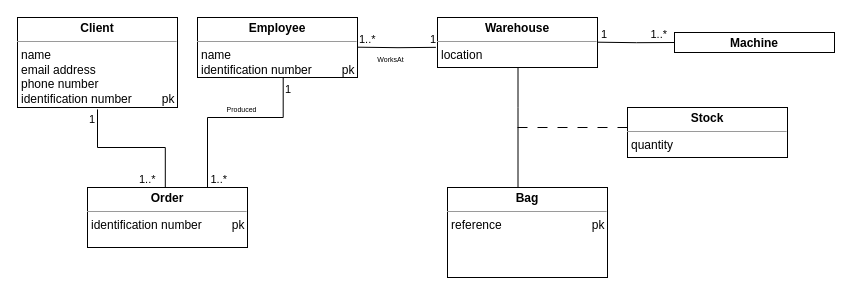
This is factory.drawio from asilva1604/BD-PROJ-23-24, a draw.io file, before an edit. Source tidied: cells renumbered, new cells numbered last; positions are measured from the earlier drawing's top-left corner, leaving out a move shared by most shapes. Both pictures are drawn from the tidied source at 100%, with x=0, y=0 at pixel (17, 17).
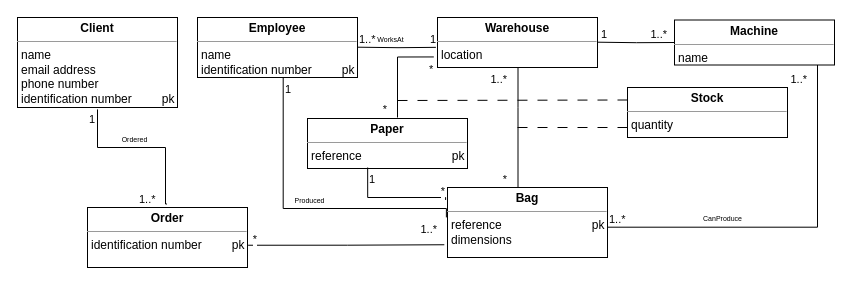
The same page after the edit.

The change refers to these unchanged cells:
```xml
<mxCell id="12" value="&lt;p style=&quot;margin:0px;margin-top:4px;text-align:center;&quot;&gt;&lt;b&gt;Warehouse&lt;/b&gt;&lt;/p&gt;&lt;hr size=&quot;1&quot;&gt;&lt;p style=&quot;margin:0px;margin-left:4px;&quot;&gt;location&lt;/p&gt;&lt;p style=&quot;margin:0px;margin-left:4px;&quot;&gt;&lt;br&gt;&lt;/p&gt;&lt;p style=&quot;margin:0px;margin-left:4px;&quot;&gt;&lt;br&gt;&lt;/p&gt;" style="verticalAlign=top;align=left;overflow=fill;fontSize=12;fontFamily=Helvetica;html=1;whiteSpace=wrap;" parent="1" vertex="1">
  <mxGeometry x="420" width="160" height="50" as="geometry" />
</mxCell>
<mxCell id="13" style="endArrow=none;html=1;edgeStyle=orthogonalEdgeStyle;rounded=0;entryX=-0.01;entryY=0.597;entryDx=0;entryDy=0;entryPerimeter=0;" parent="1" edge="1" target="12">
  <mxGeometry relative="1" as="geometry">
    <mxPoint x="340" y="29.7" as="sourcePoint" />
  </mxGeometry>
</mxCell>
```

Change to the diagram source:
```diff
@@
     <mxCell id="4" value="&lt;p style=&quot;margin:0px;margin-top:4px;text-align:center;&quot;&gt;&lt;b&gt;Order&lt;/b&gt;&lt;br&gt;&lt;/p&gt;&lt;hr size=&quot;1&quot;&gt;&lt;p style=&quot;margin:0px;margin-left:4px;&quot;&gt;identification number&amp;nbsp;&amp;nbsp;&amp;nbsp;&amp;nbsp;&amp;nbsp;&amp;nbsp;&amp;nbsp;&amp;nbsp; pk&lt;br&gt;&lt;/p&gt;&lt;p style=&quot;margin:0px;margin-left:4px;&quot;&gt;&lt;br&gt;&lt;/p&gt;" style="verticalAlign=top;align=left;overflow=fill;fontSize=12;fontFamily=Helvetica;html=1;whiteSpace=wrap;" parent="1" vertex="1">
-      <mxGeometry x="70" y="170" width="160" height="60" as="geometry" />
+      <mxGeometry x="70" y="190" width="160" height="60" as="geometry" />
     </mxCell>
-    <mxCell id="5" style="endArrow=none;html=1;edgeStyle=orthogonalEdgeStyle;rounded=0;exitX=0.451;exitY=1.021;exitDx=0;exitDy=0;exitPerimeter=0;entryX=0.5;entryY=0;entryDx=0;entryDy=0;" parent="1" edge="1">
+    <mxCell id="5" style="endArrow=none;html=1;edgeStyle=orthogonalEdgeStyle;rounded=0;exitX=0.451;exitY=1.021;exitDx=0;exitDy=0;exitPerimeter=0;entryX=0.497;entryY=-0.058;entryDx=0;entryDy=0;entryPerimeter=0;" parent="1" edge="1" target="4">
       <mxGeometry relative="1" as="geometry">
         <mxPoint x="80" y="91.9" as="sourcePoint" />
-        <mxPoint x="147.8" y="170" as="targetPoint" />
         <Array as="points">
           <mxPoint x="80" y="130" />
           <mxPoint x="148" y="130" />
+          <mxPoint x="148" y="187" />
         </Array>
       </mxGeometry>
     </mxCell>
@@
+    <mxCell id="25" value="&lt;font style=&quot;font-size: 7px;&quot;&gt;Ordered&lt;/font&gt;" style="edgeLabel;html=1;align=center;verticalAlign=middle;" parent="5" vertex="1">
+      <mxGeometry x="-0.18" y="1" relative="1" as="geometry">
+        <mxPoint x="8" y="-9" as="offset" />
+      </mxGeometry>
+    </mxCell>
-    <mxCell id="7" style="endArrow=none;html=1;edgeStyle=orthogonalEdgeStyle;rounded=0;exitX=0.419;exitY=1.045;exitDx=0;exitDy=0;exitPerimeter=0;entryX=0.75;entryY=0;entryDx=0;entryDy=0;" parent="1" edge="1" target="4">
+    <mxCell id="7" style="endArrow=none;html=1;edgeStyle=orthogonalEdgeStyle;rounded=0;exitX=0.419;exitY=1.045;exitDx=0;exitDy=0;exitPerimeter=0;entryX=-0.007;entryY=0.427;entryDx=0;entryDy=0;entryPerimeter=0;" parent="1" edge="1" target="17">
       <mxGeometry relative="1" as="geometry">
         <mxPoint x="265.7" y="60" as="sourcePoint" />
         <Array as="points">
-          <mxPoint x="266" y="100" />
-          <mxPoint x="190" y="100" />
+          <mxPoint x="266" y="191" />
         </Array>
       </mxGeometry>
     </mxCell>
@@
     <mxCell id="10" value="&lt;font style=&quot;font-size: 7px;&quot;&gt;Produced&lt;/font&gt;" style="edgeLabel;html=1;align=center;verticalAlign=middle;" parent="7" vertex="1">
       <mxGeometry x="-0.12" relative="1" as="geometry">
-        <mxPoint y="-10" as="offset" />
+        <mxPoint x="24" y="-10" as="offset" />
       </mxGeometry>
     </mxCell>
     <mxCell id="11" value="1..*" style="edgeLabel;html=1;align=left;verticalAlign=bottom;" parent="1" vertex="1">
-      <mxGeometry x="120" y="170" as="geometry" />
+      <mxGeometry x="120" y="190" as="geometry" />
     </mxCell>
@@
     <mxCell id="16" value="&lt;font style=&quot;font-size: 7px;&quot;&gt;WorksAt&lt;/font&gt;" style="edgeLabel;html=1;align=center;verticalAlign=middle;" parent="13" vertex="1">
       <mxGeometry x="-0.16" relative="1" as="geometry">
-        <mxPoint y="10" as="offset" />
+        <mxPoint y="-10" as="offset" />
       </mxGeometry>
     </mxCell>
-    <mxCell id="17" value="&lt;p style=&quot;margin:0px;margin-top:4px;text-align:center;&quot;&gt;&lt;b&gt;Bag&lt;/b&gt;&lt;/p&gt;&lt;hr size=&quot;1&quot;&gt;&lt;p style=&quot;margin:0px;margin-left:4px;&quot;&gt;reference&amp;nbsp;&amp;nbsp;&amp;nbsp;&amp;nbsp;&amp;nbsp;&amp;nbsp;&amp;nbsp;&amp;nbsp;&amp;nbsp;&amp;nbsp;&amp;nbsp;&amp;nbsp;&amp;nbsp;&amp;nbsp;&amp;nbsp;&amp;nbsp;&amp;nbsp;&amp;nbsp;&amp;nbsp;&amp;nbsp;&amp;nbsp;&amp;nbsp;&amp;nbsp;&amp;nbsp;&amp;nbsp;&amp;nbsp; pk&lt;/p&gt;&lt;p style=&quot;margin:0px;margin-left:4px;&quot;&gt;&lt;br&gt;&lt;/p&gt;&lt;p style=&quot;margin:0px;margin-left:4px;&quot;&gt;&lt;br&gt;&lt;/p&gt;&lt;p style=&quot;margin:0px;margin-left:4px;&quot;&gt;&lt;br&gt;&lt;/p&gt;" style="verticalAlign=top;align=left;overflow=fill;fontSize=12;fontFamily=Helvetica;html=1;whiteSpace=wrap;" parent="1" vertex="1">
-      <mxGeometry x="430" y="170" width="160" height="90" as="geometry" />
+    <mxCell id="17" value="&lt;p style=&quot;margin:0px;margin-top:4px;text-align:center;&quot;&gt;&lt;b&gt;Bag&lt;/b&gt;&lt;/p&gt;&lt;hr size=&quot;1&quot;&gt;&lt;p style=&quot;margin:0px;margin-left:4px;&quot;&gt;reference&amp;nbsp;&amp;nbsp;&amp;nbsp;&amp;nbsp;&amp;nbsp;&amp;nbsp;&amp;nbsp;&amp;nbsp;&amp;nbsp;&amp;nbsp;&amp;nbsp;&amp;nbsp;&amp;nbsp;&amp;nbsp;&amp;nbsp;&amp;nbsp;&amp;nbsp;&amp;nbsp;&amp;nbsp;&amp;nbsp;&amp;nbsp;&amp;nbsp;&amp;nbsp;&amp;nbsp;&amp;nbsp;&amp;nbsp; pk&lt;/p&gt;&lt;p style=&quot;margin:0px;margin-left:4px;&quot;&gt;dimensions&lt;/p&gt;&lt;p style=&quot;margin:0px;margin-left:4px;&quot;&gt;&lt;br&gt;&lt;/p&gt;&lt;p style=&quot;margin:0px;margin-left:4px;&quot;&gt;&lt;br&gt;&lt;/p&gt;&lt;p style=&quot;margin:0px;margin-left:4px;&quot;&gt;&lt;br&gt;&lt;/p&gt;" style="verticalAlign=top;align=left;overflow=fill;fontSize=12;fontFamily=Helvetica;html=1;whiteSpace=wrap;" parent="1" vertex="1">
+      <mxGeometry x="430" y="170" width="160" height="70" as="geometry" />
     </mxCell>
-    <mxCell id="18" value="&lt;p style=&quot;margin:0px;margin-top:4px;text-align:center;&quot;&gt;&lt;b&gt;Machine&lt;/b&gt;&lt;/p&gt;&lt;hr size=&quot;1&quot;&gt;&lt;p style=&quot;margin:0px;margin-left:4px;&quot;&gt;&lt;br&gt;&lt;/p&gt;&lt;p style=&quot;margin:0px;margin-left:4px;&quot;&gt;&lt;br&gt;&lt;/p&gt;&lt;p style=&quot;margin:0px;margin-left:4px;&quot;&gt;&lt;br&gt;&lt;/p&gt;" style="verticalAlign=top;align=left;overflow=fill;fontSize=12;fontFamily=Helvetica;html=1;whiteSpace=wrap;" parent="1" vertex="1">
-      <mxGeometry x="657" y="15" width="160" height="20" as="geometry" />
+    <mxCell id="18" value="&lt;p style=&quot;margin:0px;margin-top:4px;text-align:center;&quot;&gt;&lt;b&gt;Machine&lt;/b&gt;&lt;/p&gt;&lt;hr size=&quot;1&quot;&gt;&lt;p style=&quot;margin:0px;margin-left:4px;&quot;&gt;name&lt;/p&gt;&lt;p style=&quot;margin:0px;margin-left:4px;&quot;&gt;&lt;br&gt;&lt;/p&gt;&lt;p style=&quot;margin:0px;margin-left:4px;&quot;&gt;&lt;br&gt;&lt;/p&gt;" style="verticalAlign=top;align=left;overflow=fill;fontSize=12;fontFamily=Helvetica;html=1;whiteSpace=wrap;" parent="1" vertex="1">
+      <mxGeometry x="657" y="2.5" width="160" height="45" as="geometry" />
     </mxCell>
@@
     <mxCell id="24" value="&lt;p style=&quot;margin:0px;margin-top:4px;text-align:center;&quot;&gt;&lt;b&gt;Stock&lt;/b&gt;&lt;/p&gt;&lt;hr size=&quot;1&quot;&gt;&lt;p style=&quot;margin:0px;margin-left:4px;&quot;&gt;quantity&lt;/p&gt;&lt;p style=&quot;margin:0px;margin-left:4px;&quot;&gt;&lt;br&gt;&lt;/p&gt;&lt;p style=&quot;margin:0px;margin-left:4px;&quot;&gt;&lt;br&gt;&lt;/p&gt;&lt;p style=&quot;margin:0px;margin-left:4px;&quot;&gt;&lt;br&gt;&lt;/p&gt;" style="verticalAlign=top;align=left;overflow=fill;fontSize=12;fontFamily=Helvetica;html=1;whiteSpace=wrap;" parent="1" vertex="1">
-      <mxGeometry x="610" y="90" width="160" height="50" as="geometry" />
+      <mxGeometry x="610" y="70" width="160" height="50" as="geometry" />
     </mxCell>
+    <mxCell id="26" value="1..*" style="edgeLabel;html=1;align=right;verticalAlign=bottom;" parent="1" vertex="1">
+      <mxGeometry x="490" y="70" as="geometry" />
+    </mxCell>
+    <mxCell id="27" value="*" style="edgeLabel;html=1;align=right;verticalAlign=bottom;" parent="1" vertex="1">
+      <mxGeometry x="490" y="170" as="geometry" />
+    </mxCell>
+    <mxCell id="28" style="endArrow=none;html=1;edgeStyle=orthogonalEdgeStyle;rounded=0;entryX=-0.02;entryY=0.818;entryDx=0;entryDy=0;entryPerimeter=0;exitX=1.004;exitY=0.629;exitDx=0;exitDy=0;exitPerimeter=0;" parent="1" edge="1" source="4" target="17">
+      <mxGeometry relative="1" as="geometry" />
+    </mxCell>
+    <mxCell id="29" value="*" style="edgeLabel;html=1;align=right;verticalAlign=bottom;" parent="1" vertex="1">
+      <mxGeometry x="240" y="230" as="geometry" />
+    </mxCell>
+    <mxCell id="30" value="1..*" style="edgeLabel;html=1;align=right;verticalAlign=bottom;" parent="1" vertex="1">
+      <mxGeometry x="420" y="220" as="geometry" />
+    </mxCell>
+    <mxCell id="31" value="&lt;p style=&quot;margin:0px;margin-top:4px;text-align:center;&quot;&gt;&lt;b&gt;Paper&lt;/b&gt;&lt;/p&gt;&lt;hr size=&quot;1&quot;&gt;&lt;p style=&quot;margin:0px;margin-left:4px;&quot;&gt;reference&amp;nbsp;&amp;nbsp;&amp;nbsp;&amp;nbsp;&amp;nbsp;&amp;nbsp;&amp;nbsp;&amp;nbsp;&amp;nbsp;&amp;nbsp;&amp;nbsp;&amp;nbsp;&amp;nbsp;&amp;nbsp;&amp;nbsp;&amp;nbsp;&amp;nbsp;&amp;nbsp;&amp;nbsp;&amp;nbsp;&amp;nbsp;&amp;nbsp;&amp;nbsp;&amp;nbsp;&amp;nbsp;&amp;nbsp; pk&lt;/p&gt;&lt;p style=&quot;margin:0px;margin-left:4px;&quot;&gt;&lt;br&gt;&lt;/p&gt;&lt;p style=&quot;margin:0px;margin-left:4px;&quot;&gt;&lt;br&gt;&lt;/p&gt;&lt;p style=&quot;margin:0px;margin-left:4px;&quot;&gt;&lt;br&gt;&lt;/p&gt;" style="verticalAlign=top;align=left;overflow=fill;fontSize=12;fontFamily=Helvetica;html=1;whiteSpace=wrap;" parent="1" vertex="1">
+      <mxGeometry x="290" y="101" width="160" height="50" as="geometry" />
+    </mxCell>
+    <mxCell id="32" style="endArrow=none;html=1;edgeStyle=orthogonalEdgeStyle;rounded=0;exitX=-0.023;exitY=0.789;exitDx=0;exitDy=0;exitPerimeter=0;" parent="1" edge="1" source="12">
+      <mxGeometry relative="1" as="geometry">
+        <mxPoint x="380" y="100" as="targetPoint" />
+        <Array as="points">
+          <mxPoint x="380" y="39" />
+          <mxPoint x="380" y="100" />
+        </Array>
+      </mxGeometry>
+    </mxCell>
+    <mxCell id="33" value="*" style="edgeLabel;html=1;align=left;verticalAlign=bottom;" parent="32" vertex="1">
+      <mxGeometry x="-1" relative="1" as="geometry">
+        <mxPoint x="-6" y="21" as="offset" />
+      </mxGeometry>
+    </mxCell>
+    <mxCell id="34" value="*" style="edgeLabel;html=1;align=right;verticalAlign=bottom;" parent="32" vertex="1">
+      <mxGeometry x="1" relative="1" as="geometry">
+        <mxPoint x="-10" as="offset" />
+      </mxGeometry>
+    </mxCell>
+    <mxCell id="35" style="endArrow=none;html=1;edgeStyle=orthogonalEdgeStyle;rounded=0;entryX=-0.012;entryY=0.178;entryDx=0;entryDy=0;entryPerimeter=0;exitX=0.376;exitY=0.98;exitDx=0;exitDy=0;exitPerimeter=0;" parent="1" edge="1" source="31" target="17">
+      <mxGeometry relative="1" as="geometry">
+        <Array as="points">
+          <mxPoint x="350" y="180" />
+          <mxPoint x="428" y="180" />
+        </Array>
+      </mxGeometry>
+    </mxCell>
+    <mxCell id="36" value="1" style="edgeLabel;html=1;align=left;verticalAlign=bottom;" parent="35" vertex="1">
+      <mxGeometry x="-1" relative="1" as="geometry">
+        <mxPoint y="20" as="offset" />
+      </mxGeometry>
+    </mxCell>
+    <mxCell id="37" value="*" style="edgeLabel;html=1;align=right;verticalAlign=bottom;" parent="35" vertex="1">
+      <mxGeometry x="1" relative="1" as="geometry" />
+    </mxCell>
+    <mxCell id="38" style="endArrow=none;startArrow=none;endFill=0;startFill=0;endSize=8;html=1;verticalAlign=bottom;dashed=1;labelBackgroundColor=none;dashPattern=10 10;rounded=0;entryX=0;entryY=0.25;entryDx=0;entryDy=0;" parent="1" edge="1" target="24">
+      <mxGeometry relative="1" as="geometry">
+        <mxPoint x="380" y="83" as="sourcePoint" />
+      </mxGeometry>
+    </mxCell>
+    <mxCell id="39" style="endArrow=none;html=1;edgeStyle=orthogonalEdgeStyle;rounded=0;" parent="1" edge="1" target="18">
+      <mxGeometry relative="1" as="geometry">
+        <mxPoint x="590" y="209.7" as="sourcePoint" />
+        <Array as="points">
+          <mxPoint x="800" y="210" />
+        </Array>
+      </mxGeometry>
+    </mxCell>
+    <mxCell id="40" value="1..*" style="edgeLabel;html=1;align=left;verticalAlign=bottom;" parent="39" vertex="1">
+      <mxGeometry x="-1" relative="1" as="geometry" />
+    </mxCell>
+    <mxCell id="41" value="1..*" style="edgeLabel;html=1;align=right;verticalAlign=bottom;" parent="39" vertex="1">
+      <mxGeometry x="1" relative="1" as="geometry">
+        <mxPoint x="-10" y="22" as="offset" />
+      </mxGeometry>
+    </mxCell>
+    <mxCell id="42" value="&lt;font style=&quot;font-size: 7px;&quot;&gt;CanProduce&lt;/font&gt;" style="edgeLabel;html=1;align=center;verticalAlign=middle;" parent="39" vertex="1">
+      <mxGeometry x="-0.39" y="3" relative="1" as="geometry">
+        <mxPoint y="-7" as="offset" />
+      </mxGeometry>
+    </mxCell>
```
